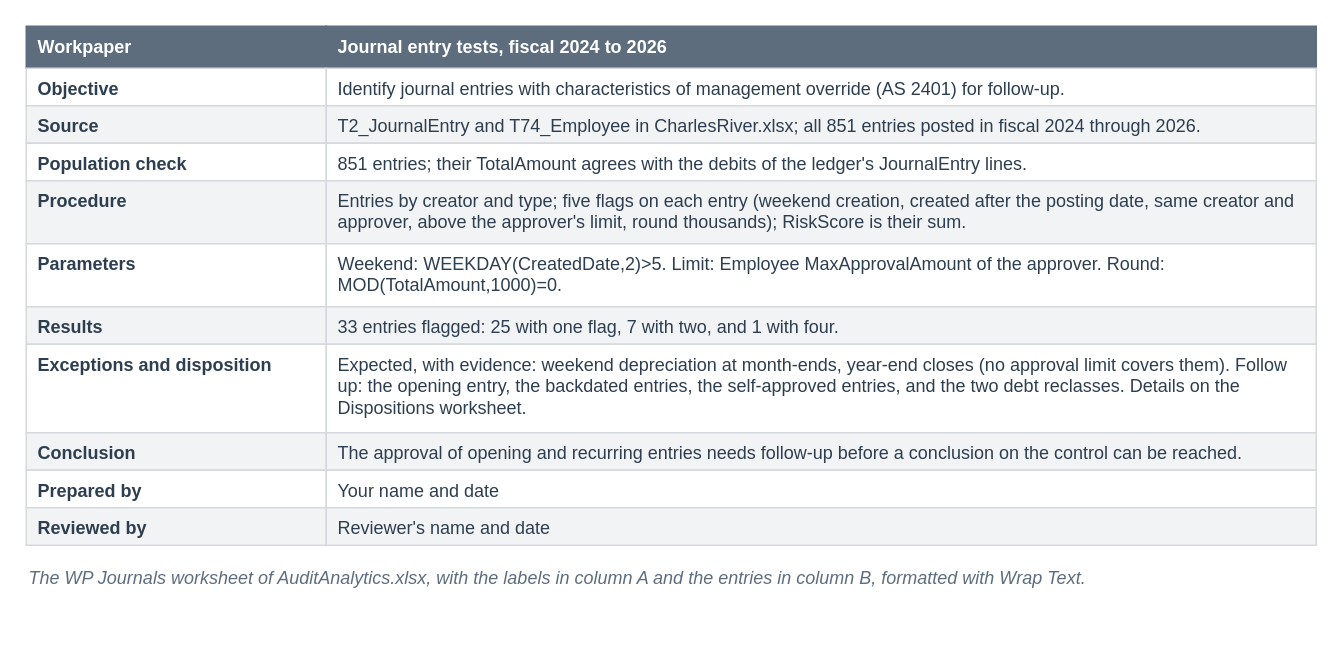
This is visuals/src/fig-08-09-audit-workpaper.drawio from mmcodesso/Accounting_Analytics_Book, a draw.io file, before an edit. Source tidied: cells renumbered, new cells numbered last; positions are measured from the earlier drawing's top-left corner, leaving out a move shared by most shapes. Both pictures are drawn from the tidied source at 150%, with x=0, y=0 at pixel (26, 26).
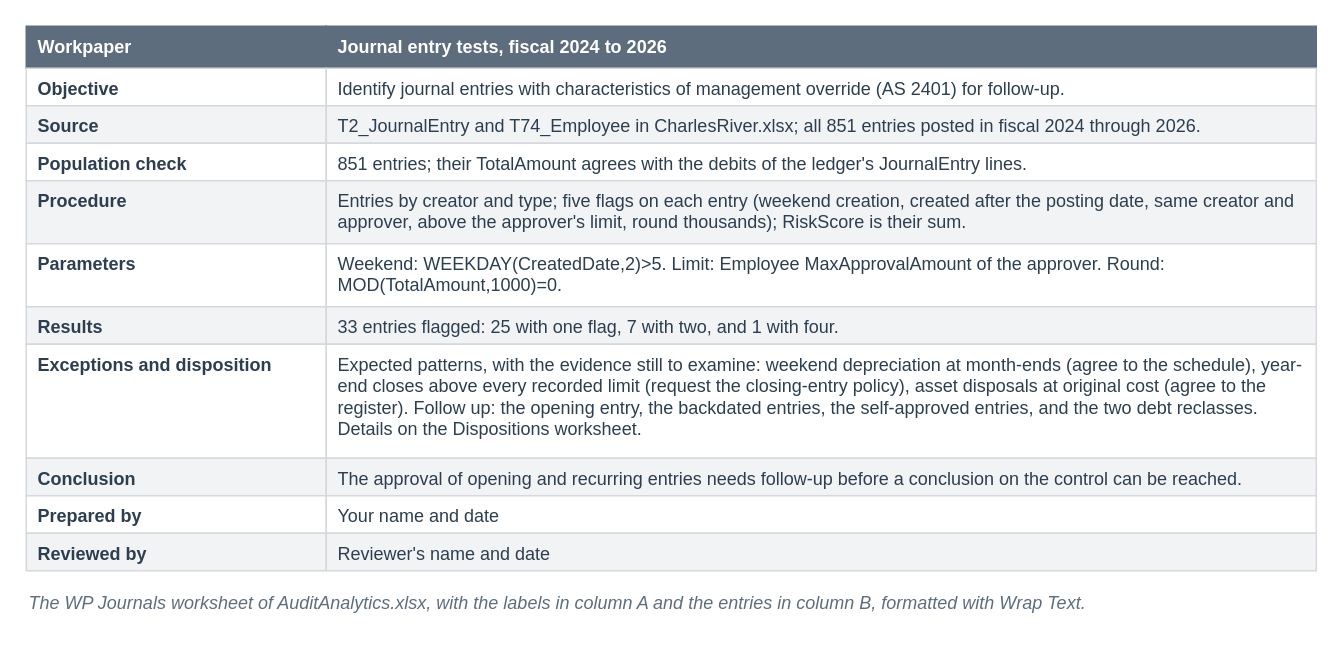
The same diagram, later.

Change to the diagram source:
```diff
@@
     <mxCell id="2" style="rounded=0;html=1;fillColor=none;strokeColor=none;" parent="1" vertex="1">
-      <mxGeometry width="860" height="396" as="geometry" />
+      <mxGeometry width="860" height="413" as="geometry" />
     </mxCell>
@@
     <mxCell id="17" value="&lt;b&gt;Exceptions and disposition&lt;/b&gt;" style="rounded=0;arcSize=6;whiteSpace=wrap;html=1;fillColor=#FFFFFF;strokeColor=#D5D8DC;strokeWidth=1;fontColor=#2C3E50;fontSize=12;fontStyle=0;align=left;verticalAlign=top;fontFamily=Helvetica;spacingLeft=6;spacingRight=6;" parent="1" vertex="1">
-      <mxGeometry y="212" width="200" height="59" as="geometry" />
+      <mxGeometry y="212" width="200" height="76" as="geometry" />
     </mxCell>
-    <mxCell id="18" value="Expected, with evidence: weekend depreciation at month-ends, year-end closes (no approval limit covers them). Follow up: the opening entry, the backdated entries, the self-approved entries, and the two debt reclasses. Details on the Dispositions worksheet." style="rounded=0;arcSize=6;whiteSpace=wrap;html=1;fillColor=#FFFFFF;strokeColor=#D5D8DC;strokeWidth=1;fontColor=#2C3E50;fontSize=12;fontStyle=0;align=left;verticalAlign=top;fontFamily=Helvetica;spacingLeft=6;spacingRight=6;" parent="1" vertex="1">
-      <mxGeometry x="200" y="212" width="660" height="59" as="geometry" />
+    <mxCell id="18" value="Expected patterns, with the evidence still to examine: weekend depreciation at month-ends (agree to the schedule), year-end closes above every recorded limit (request the closing-entry policy), asset disposals at original cost (agree to the register). Follow up: the opening entry, the backdated entries, the self-approved entries, and the two debt reclasses. Details on the Dispositions worksheet." style="rounded=0;arcSize=6;whiteSpace=wrap;html=1;fillColor=#FFFFFF;strokeColor=#D5D8DC;strokeWidth=1;fontColor=#2C3E50;fontSize=12;fontStyle=0;align=left;verticalAlign=top;fontFamily=Helvetica;spacingLeft=6;spacingRight=6;" parent="1" vertex="1">
+      <mxGeometry x="200" y="212" width="660" height="76" as="geometry" />
     </mxCell>
     <mxCell id="19" value="&lt;b&gt;Conclusion&lt;/b&gt;" style="rounded=0;arcSize=6;whiteSpace=wrap;html=1;fillColor=#F2F3F4;strokeColor=#D5D8DC;strokeWidth=1;fontColor=#2C3E50;fontSize=12;fontStyle=0;align=left;verticalAlign=top;fontFamily=Helvetica;spacingLeft=6;spacingRight=6;" parent="1" vertex="1">
-      <mxGeometry y="271" width="200" height="25" as="geometry" />
+      <mxGeometry y="288" width="200" height="25" as="geometry" />
     </mxCell>
     <mxCell id="20" value="The approval of opening and recurring entries needs follow-up before a conclusion on the control can be reached." style="rounded=0;arcSize=6;whiteSpace=wrap;html=1;fillColor=#F2F3F4;strokeColor=#D5D8DC;strokeWidth=1;fontColor=#2C3E50;fontSize=12;fontStyle=0;align=left;verticalAlign=top;fontFamily=Helvetica;spacingLeft=6;spacingRight=6;" parent="1" vertex="1">
-      <mxGeometry x="200" y="271" width="660" height="25" as="geometry" />
+      <mxGeometry x="200" y="288" width="660" height="25" as="geometry" />
     </mxCell>
     <mxCell id="21" value="&lt;b&gt;Prepared by&lt;/b&gt;" style="rounded=0;arcSize=6;whiteSpace=wrap;html=1;fillColor=#FFFFFF;strokeColor=#D5D8DC;strokeWidth=1;fontColor=#2C3E50;fontSize=12;fontStyle=0;align=left;verticalAlign=top;fontFamily=Helvetica;spacingLeft=6;spacingRight=6;" parent="1" vertex="1">
-      <mxGeometry y="296" width="200" height="25" as="geometry" />
+      <mxGeometry y="313" width="200" height="25" as="geometry" />
     </mxCell>
     <mxCell id="22" value="Your name and date" style="rounded=0;arcSize=6;whiteSpace=wrap;html=1;fillColor=#FFFFFF;strokeColor=#D5D8DC;strokeWidth=1;fontColor=#2C3E50;fontSize=12;fontStyle=0;align=left;verticalAlign=top;fontFamily=Helvetica;spacingLeft=6;spacingRight=6;" parent="1" vertex="1">
-      <mxGeometry x="200" y="296" width="660" height="25" as="geometry" />
+      <mxGeometry x="200" y="313" width="660" height="25" as="geometry" />
     </mxCell>
     <mxCell id="23" value="&lt;b&gt;Reviewed by&lt;/b&gt;" style="rounded=0;arcSize=6;whiteSpace=wrap;html=1;fillColor=#F2F3F4;strokeColor=#D5D8DC;strokeWidth=1;fontColor=#2C3E50;fontSize=12;fontStyle=0;align=left;verticalAlign=top;fontFamily=Helvetica;spacingLeft=6;spacingRight=6;" parent="1" vertex="1">
-      <mxGeometry y="321" width="200" height="25" as="geometry" />
+      <mxGeometry y="338" width="200" height="25" as="geometry" />
     </mxCell>
     <mxCell id="24" value="Reviewer's name and date" style="rounded=0;arcSize=6;whiteSpace=wrap;html=1;fillColor=#F2F3F4;strokeColor=#D5D8DC;strokeWidth=1;fontColor=#2C3E50;fontSize=12;fontStyle=0;align=left;verticalAlign=top;fontFamily=Helvetica;spacingLeft=6;spacingRight=6;" parent="1" vertex="1">
-      <mxGeometry x="200" y="321" width="660" height="25" as="geometry" />
+      <mxGeometry x="200" y="338" width="660" height="25" as="geometry" />
     </mxCell>
     <mxCell id="25" value="&lt;i&gt;The WP Journals worksheet of AuditAnalytics.xlsx, with the labels in column A and the entries in column B, formatted with Wrap Text.&lt;/i&gt;" style="text;html=1;whiteSpace=wrap;align=left;verticalAlign=top;fontSize=12;fontColor=#5D6D7E;fontStyle=0;fontFamily=Helvetica;spacing=2;fillColor=none;strokeColor=none;" parent="1" vertex="1">
-      <mxGeometry y="354" width="860" height="40" as="geometry" />
+      <mxGeometry y="371" width="860" height="40" as="geometry" />
     </mxCell>
```
